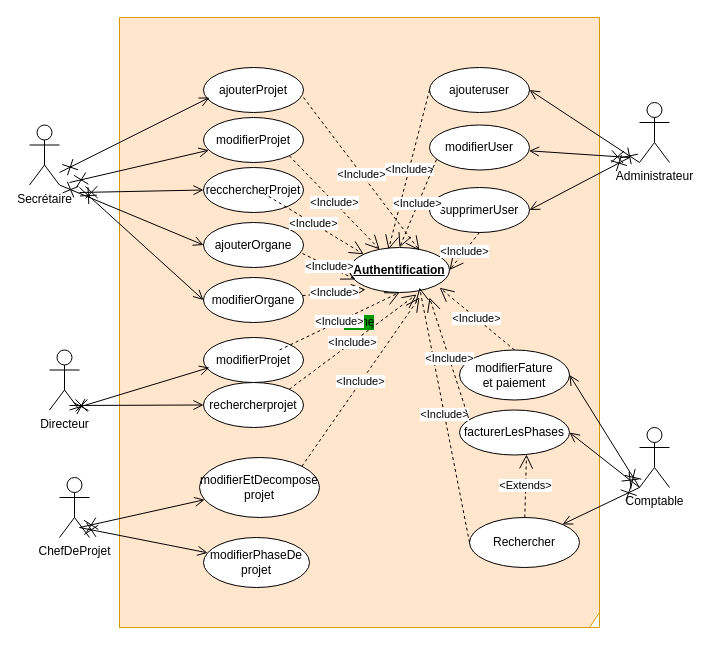
BachirSylla/Revision-uml keeps this draw.io diagram as DCUMoustaphaBachirSylla.drawio. Above is the earlier version. Source tidied: cells renumbered, new cells numbered last; positions are measured from the earlier drawing's top-left corner, leaving out a move shared by most shapes. Both pictures are drawn from the tidied source at 100%, with x=0, y=0 at pixel (29, 17).
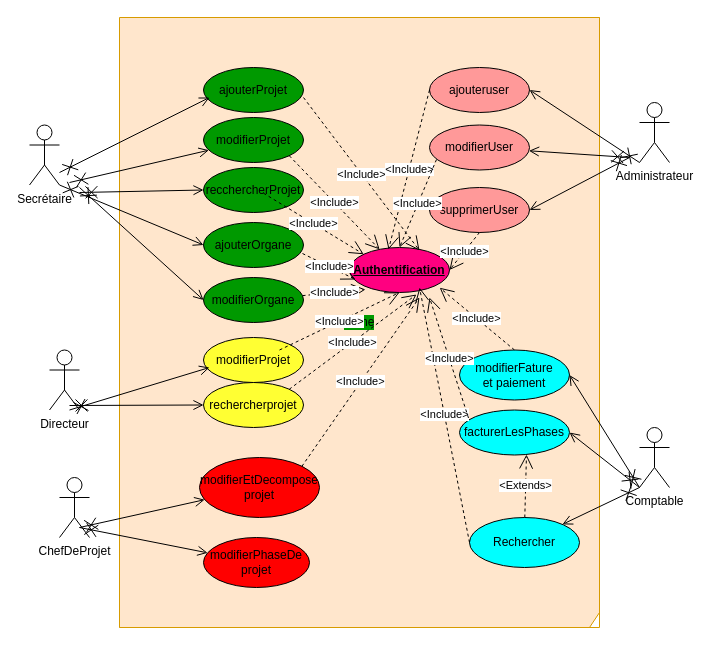
The same page after the edit.

The edit, as a diff of the source:
```diff
@@
-    <mxCell id="8" value="&lt;b&gt;&lt;u&gt;Authentification&lt;/u&gt;&lt;/b&gt;" style="ellipse;whiteSpace=wrap;html=1;" parent="1" vertex="1">
+    <mxCell id="8" value="&lt;b&gt;&lt;u&gt;Authentification&lt;/u&gt;&lt;/b&gt;" style="ellipse;whiteSpace=wrap;html=1;fillColor=#FF0080;" parent="1" vertex="1">
       <mxGeometry x="320" y="230" width="100" height="45" as="geometry" />
     </mxCell>
-    <mxCell id="9" value="modifierProjet" style="ellipse;whiteSpace=wrap;html=1;" parent="1" vertex="1">
+    <mxCell id="9" value="modifierProjet" style="ellipse;whiteSpace=wrap;html=1;fillColor=#FFFF33;" parent="1" vertex="1">
       <mxGeometry x="174" y="320" width="100" height="45" as="geometry" />
     </mxCell>
-    <mxCell id="10" value="ajouterOrgane" style="ellipse;whiteSpace=wrap;html=1;" parent="1" vertex="1">
+    <mxCell id="10" value="ajouterOrgane" style="ellipse;whiteSpace=wrap;html=1;fillColor=#009900;" parent="1" vertex="1">
       <mxGeometry x="174" y="205" width="100" height="45" as="geometry" />
     </mxCell>
-    <mxCell id="11" value="recchercherProjet" style="ellipse;whiteSpace=wrap;html=1;" parent="1" vertex="1">
+    <mxCell id="11" value="recchercherProjet" style="ellipse;whiteSpace=wrap;html=1;fillColor=#009900;" parent="1" vertex="1">
       <mxGeometry x="174" y="150" width="100" height="45" as="geometry" />
     </mxCell>
-    <mxCell id="12" value="modifierProjet" style="ellipse;whiteSpace=wrap;html=1;" parent="1" vertex="1">
+    <mxCell id="12" value="modifierProjet" style="ellipse;whiteSpace=wrap;html=1;fillColor=#009900;" parent="1" vertex="1">
       <mxGeometry x="174" y="100" width="100" height="45" as="geometry" />
     </mxCell>
-    <mxCell id="13" value="ajouterProjet" style="ellipse;whiteSpace=wrap;html=1;" parent="1" vertex="1">
+    <mxCell id="13" value="ajouterProjet" style="ellipse;whiteSpace=wrap;html=1;fillColor=#009900;" parent="1" vertex="1">
       <mxGeometry x="174" y="50" width="100" height="45" as="geometry" />
     </mxCell>
-    <mxCell id="14" value="ajouteruser" style="ellipse;whiteSpace=wrap;html=1;" parent="1" vertex="1">
+    <mxCell id="14" value="ajouteruser" style="ellipse;whiteSpace=wrap;html=1;fillColor=#FF9999;" parent="1" vertex="1">
       <mxGeometry x="400" y="50" width="100" height="45" as="geometry" />
     </mxCell>
-    <mxCell id="15" value="rechercherprojet" style="ellipse;whiteSpace=wrap;html=1;" parent="1" vertex="1">
+    <mxCell id="15" value="rechercherprojet" style="ellipse;whiteSpace=wrap;html=1;fillColor=#FFFF33;" parent="1" vertex="1">
       <mxGeometry x="174" y="365" width="100" height="45" as="geometry" />
     </mxCell>
-    <mxCell id="16" value="modifierEtDecompose&lt;br&gt;projet" style="ellipse;whiteSpace=wrap;html=1;" parent="1" vertex="1">
+    <mxCell id="16" value="modifierEtDecompose&lt;br&gt;projet" style="ellipse;whiteSpace=wrap;html=1;fillColor=#FF0000;" parent="1" vertex="1">
       <mxGeometry x="170" y="440" width="120" height="60" as="geometry" />
     </mxCell>
-    <mxCell id="17" value="modifierPhaseDe&lt;br&gt;projet" style="ellipse;whiteSpace=wrap;html=1;" parent="1" vertex="1">
+    <mxCell id="17" value="modifierPhaseDe&lt;br&gt;projet" style="ellipse;whiteSpace=wrap;html=1;fillColor=#FF0000;" parent="1" vertex="1">
       <mxGeometry x="174" y="520" width="106" height="50" as="geometry" />
     </mxCell>
-    <mxCell id="18" value="modifierUser" style="ellipse;whiteSpace=wrap;html=1;" parent="1" vertex="1">
+    <mxCell id="18" value="modifierUser" style="ellipse;whiteSpace=wrap;html=1;fillColor=#FF9999;" parent="1" vertex="1">
       <mxGeometry x="400" y="107.5" width="100" height="45" as="geometry" />
     </mxCell>
-    <mxCell id="19" value="supprimerUser" style="ellipse;whiteSpace=wrap;html=1;" parent="1" vertex="1">
+    <mxCell id="19" value="supprimerUser" style="ellipse;whiteSpace=wrap;html=1;fillColor=#FF9999;" parent="1" vertex="1">
       <mxGeometry x="400" y="170" width="100" height="45" as="geometry" />
     </mxCell>
-    <mxCell id="20" value="modifierFature&lt;br&gt;et paiement" style="ellipse;whiteSpace=wrap;html=1;" parent="1" vertex="1">
+    <mxCell id="20" value="modifierFature&lt;br&gt;et paiement" style="ellipse;whiteSpace=wrap;html=1;fillColor=#00FFFF;" parent="1" vertex="1">
       <mxGeometry x="430" y="332.5" width="110" height="50" as="geometry" />
     </mxCell>
-    <mxCell id="21" value="Rechercher" style="ellipse;whiteSpace=wrap;html=1;" parent="1" vertex="1">
+    <mxCell id="21" value="Rechercher" style="ellipse;whiteSpace=wrap;html=1;fillColor=#00FFFF;" parent="1" vertex="1">
       <mxGeometry x="440" y="500" width="110" height="50" as="geometry" />
     </mxCell>
-    <mxCell id="22" value="facturerLesPhases" style="ellipse;whiteSpace=wrap;html=1;" parent="1" vertex="1">
+    <mxCell id="22" value="facturerLesPhases" style="ellipse;whiteSpace=wrap;html=1;fillColor=#00FFFF;" parent="1" vertex="1">
       <mxGeometry x="430" y="392.5" width="110" height="45" as="geometry" />
     </mxCell>
@@
-    <mxCell id="28" value="modifierOrgane" style="ellipse;whiteSpace=wrap;html=1;" parent="1" vertex="1">
+    <mxCell id="28" value="modifierOrgane" style="ellipse;whiteSpace=wrap;html=1;fillColor=#009900;" parent="1" vertex="1">
       <mxGeometry x="174" y="260" width="100" height="45" as="geometry" />
     </mxCell>
```
